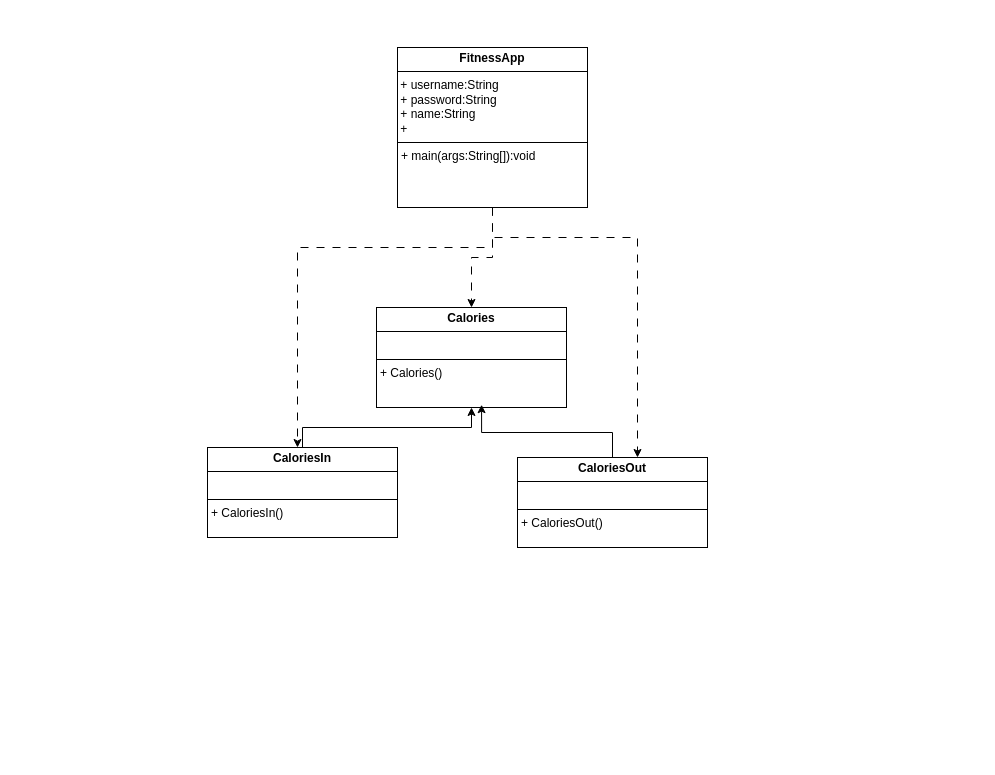
The draw.io diagram FitnessAppClassDiagram.drawio in DebugT/oop_gorup_t, before the edit. Source tidied: cells renumbered, new cells numbered last; positions are measured from the earlier drawing's top-left corner, leaving out a move shared by most shapes. Both pictures are drawn from the tidied source at 100%, with x=0, y=0 at pixel (207, 47).
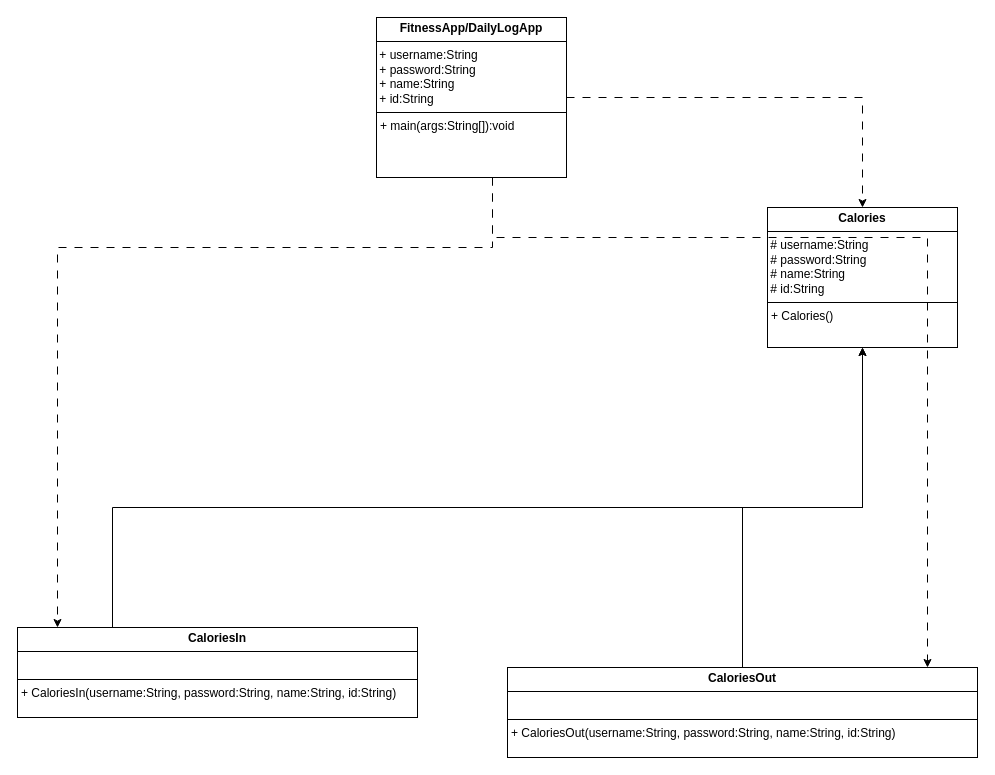
The same diagram, later.

Commit message:
oop t clas diagram 03

Diff of the diagram source:
```diff
@@
 <mxGraphModel>
   <root>
     <mxCell id="0" />
     <mxCell id="1" parent="0" />
-    <mxCell id="2" value="&lt;p style=&quot;margin:0px;margin-top:4px;text-align:center;&quot;&gt;&lt;b&gt;Calories&lt;/b&gt;&lt;/p&gt;&lt;hr size=&quot;1&quot; style=&quot;border-style:solid;&quot;&gt;&lt;br&gt;&lt;hr size=&quot;1&quot; style=&quot;border-style:solid;&quot;&gt;&lt;p style=&quot;margin:0px;margin-left:4px;&quot;&gt;+ Calories()&lt;/p&gt;" style="verticalAlign=top;align=left;overflow=fill;html=1;whiteSpace=wrap;" parent="1" vertex="1">
-      <mxGeometry x="169" y="260" width="190" height="100" as="geometry" />
+    <mxCell id="2" value="&lt;p style=&quot;margin:0px;margin-top:4px;text-align:center;&quot;&gt;&lt;b&gt;Calories&lt;/b&gt;&lt;/p&gt;&lt;hr size=&quot;1&quot; style=&quot;border-style:solid;&quot;&gt;&amp;nbsp;# username:String&lt;div&gt;&amp;nbsp;# password:String&lt;/div&gt;&lt;div&gt;&amp;nbsp;# name:String&lt;/div&gt;&lt;div&gt;&amp;nbsp;# id:String&lt;/div&gt;&lt;hr size=&quot;1&quot; style=&quot;border-style:solid;&quot;&gt;&lt;p style=&quot;margin:0px;margin-left:4px;&quot;&gt;+ Calories()&lt;/p&gt;" style="verticalAlign=top;align=left;overflow=fill;html=1;whiteSpace=wrap;" parent="1" vertex="1">
+      <mxGeometry x="560" y="160" width="190" height="140" as="geometry" />
     </mxCell>
     <mxCell id="3" style="edgeStyle=orthogonalEdgeStyle;rounded=0;jettySize=auto;html=1;dashed=1;dashPattern=8 8;" parent="1" edge="1" source="6" target="2">
       <mxGeometry relative="1" as="geometry" />
     </mxCell>
     <mxCell id="4" style="edgeStyle=orthogonalEdgeStyle;rounded=0;jettySize=auto;html=1;dashed=1;dashPattern=8 8;" parent="1" edge="1" source="6" target="8">
       <mxGeometry x="-0.02" relative="1" as="geometry">
         <Array as="points">
           <mxPoint x="285" y="200" />
-          <mxPoint x="90" y="200" />
+          <mxPoint x="-150" y="200" />
         </Array>
       </mxGeometry>
     </mxCell>
     <mxCell id="5" style="edgeStyle=orthogonalEdgeStyle;rounded=0;jettySize=auto;html=1;dashed=1;dashPattern=8 8;" parent="1" edge="1" source="6" target="9">
       <mxGeometry x="0.11" relative="1" as="geometry">
         <Array as="points">
           <mxPoint x="285" y="190" />
-          <mxPoint x="430" y="190" />
+          <mxPoint x="720" y="190" />
         </Array>
       </mxGeometry>
     </mxCell>
-    <mxCell id="6" value="&lt;p style=&quot;margin:0px;margin-top:4px;text-align:center;&quot;&gt;&lt;b&gt;FitnessApp&lt;/b&gt;&lt;/p&gt;&lt;hr size=&quot;1&quot; style=&quot;border-style:solid;&quot;&gt;&lt;div&gt;&amp;nbsp;+ username:String&lt;/div&gt;&lt;div&gt;&amp;nbsp;+ password:String&lt;/div&gt;&lt;div&gt;&amp;nbsp;+ name:String&lt;/div&gt;&lt;div&gt;&amp;nbsp;+&amp;nbsp;&lt;/div&gt;&lt;hr size=&quot;1&quot; style=&quot;border-style:solid;&quot;&gt;&lt;p style=&quot;margin:0px;margin-left:4px;&quot;&gt;+ main(args:String[]):void&lt;/p&gt;" style="verticalAlign=top;align=left;overflow=fill;html=1;whiteSpace=wrap;" parent="1" vertex="1">
-      <mxGeometry x="190" width="190" height="160" as="geometry" />
+    <mxCell id="6" value="&lt;p style=&quot;margin:0px;margin-top:4px;text-align:center;&quot;&gt;&lt;b&gt;FitnessApp/DailyLogApp&lt;/b&gt;&lt;/p&gt;&lt;hr size=&quot;1&quot; style=&quot;border-style:solid;&quot;&gt;&lt;div&gt;&amp;nbsp;+ username:String&lt;/div&gt;&lt;div&gt;&amp;nbsp;+ password:String&lt;/div&gt;&lt;div&gt;&amp;nbsp;+ name:String&lt;/div&gt;&lt;div&gt;&amp;nbsp;+ id:String&lt;/div&gt;&lt;hr size=&quot;1&quot; style=&quot;border-style:solid;&quot;&gt;&lt;p style=&quot;margin:0px;margin-left:4px;&quot;&gt;+ main(args:String[]):void&lt;/p&gt;" style="verticalAlign=top;align=left;overflow=fill;html=1;whiteSpace=wrap;" parent="1" vertex="1">
+      <mxGeometry x="169" y="-30" width="190" height="160" as="geometry" />
     </mxCell>
     <mxCell id="7" style="edgeStyle=orthogonalEdgeStyle;rounded=0;jettySize=auto;html=1;entryX=0.5;entryY=1;entryDx=0;entryDy=0;" parent="1" edge="1" source="8" target="2">
-      <mxGeometry relative="1" as="geometry" />
+      <mxGeometry relative="1" as="geometry">
+        <Array as="points">
+          <mxPoint x="-95" y="460" />
+          <mxPoint x="655" y="460" />
+        </Array>
+      </mxGeometry>
     </mxCell>
-    <mxCell id="8" value="&lt;p style=&quot;margin:0px;margin-top:4px;text-align:center;&quot;&gt;&lt;b&gt;CaloriesIn&lt;/b&gt;&lt;/p&gt;&lt;hr size=&quot;1&quot; style=&quot;border-style:solid;&quot;&gt;&lt;br&gt;&lt;hr size=&quot;1&quot; style=&quot;border-style:solid;&quot;&gt;&lt;p style=&quot;margin:0px;margin-left:4px;&quot;&gt;+ CaloriesIn()&lt;/p&gt;" style="verticalAlign=top;align=left;overflow=fill;html=1;whiteSpace=wrap;" parent="1" vertex="1">
-      <mxGeometry y="400" width="190" height="90" as="geometry" />
+    <mxCell id="8" value="&lt;p style=&quot;margin:0px;margin-top:4px;text-align:center;&quot;&gt;&lt;b&gt;CaloriesIn&lt;/b&gt;&lt;/p&gt;&lt;hr size=&quot;1&quot; style=&quot;border-style:solid;&quot;&gt;&lt;br&gt;&lt;hr size=&quot;1&quot; style=&quot;border-style:solid;&quot;&gt;&lt;p style=&quot;margin:0px;margin-left:4px;&quot;&gt;+ CaloriesIn(username:String, password:String, name:String, id:String)&lt;/p&gt;" style="verticalAlign=top;align=left;overflow=fill;html=1;whiteSpace=wrap;" parent="1" vertex="1">
+      <mxGeometry x="-190" y="580" width="400" height="90" as="geometry" />
     </mxCell>
+    <mxCell id="10" style="edgeStyle=orthogonalEdgeStyle;rounded=0;jettySize=auto;html=1;defaultLabelBackgroundColor=page;" parent="1" edge="1" source="9" target="2">
+      <mxGeometry relative="1" as="geometry" />
+    </mxCell>
-    <mxCell id="9" value="&lt;p style=&quot;margin:0px;margin-top:4px;text-align:center;&quot;&gt;&lt;b&gt;CaloriesOut&lt;/b&gt;&lt;/p&gt;&lt;hr size=&quot;1&quot; style=&quot;border-style:solid;&quot;&gt;&lt;br&gt;&lt;hr size=&quot;1&quot; style=&quot;border-style:solid;&quot;&gt;&lt;p style=&quot;margin:0px;margin-left:4px;&quot;&gt;+ CaloriesOut()&lt;/p&gt;" style="verticalAlign=top;align=left;overflow=fill;html=1;whiteSpace=wrap;" parent="1" vertex="1">
-      <mxGeometry x="310" y="410" width="190" height="90" as="geometry" />
+    <mxCell id="9" value="&lt;p style=&quot;margin:0px;margin-top:4px;text-align:center;&quot;&gt;&lt;b&gt;CaloriesOut&lt;/b&gt;&lt;/p&gt;&lt;hr size=&quot;1&quot; style=&quot;border-style:solid;&quot;&gt;&lt;br&gt;&lt;hr size=&quot;1&quot; style=&quot;border-style:solid;&quot;&gt;&lt;p style=&quot;margin:0px;margin-left:4px;&quot;&gt;+ CaloriesOut(username:String, password:String, name:String, id:String)&lt;/p&gt;" style="verticalAlign=top;align=left;overflow=fill;html=1;whiteSpace=wrap;" parent="1" vertex="1">
+      <mxGeometry x="300" y="620" width="470" height="90" as="geometry" />
     </mxCell>
-    <mxCell id="10" style="edgeStyle=orthogonalEdgeStyle;rounded=0;jettySize=auto;html=1;entryX=0.553;entryY=0.972;entryDx=0;entryDy=0;entryPerimeter=0;" parent="1" edge="1" source="9" target="2">
-      <mxGeometry relative="1" as="geometry" />
-    </mxCell>
   </root>
 </mxGraphModel>
```
